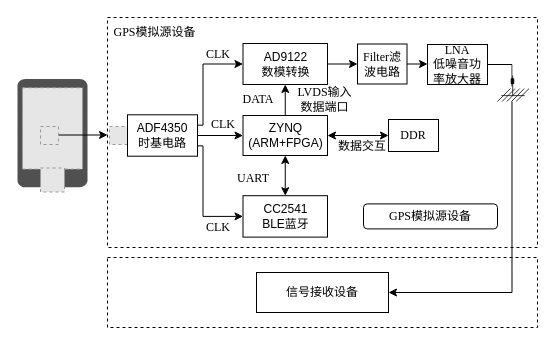
This is page "第 3 页" (3 of 3) of 1013.drawio from RunningManlt/bj18, a draw.io file, before an edit. Source tidied: cells renumbered, new cells numbered last; positions are measured from the earlier drawing's top-left corner, leaving out a move shared by most shapes. Both pictures are drawn from the tidied source at 100%, with x=0, y=0 at pixel (17, 17). Pictures stored in the file or linked from it are replaced by grey dashed boxes.
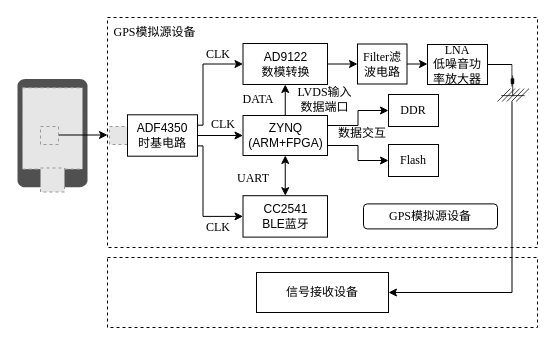
Above is the later version.

The change refers to these unchanged cells:
```xml
<mxCell id="12" value="ZYNQ&lt;br&gt;(ARM+FPGA)" style="rounded=0;whiteSpace=wrap;html=1;" parent="1" vertex="1">
  <mxGeometry x="225.5" y="98" width="84.5" height="40" as="geometry" />
</mxCell>
```

What changed in the source:
```diff
@@
+    <mxCell id="35" style="edgeStyle=orthogonalEdgeStyle;rounded=0;jettySize=auto;html=1;exitX=1;exitY=0.25;exitDx=0;exitDy=0;entryX=0;entryY=0.5;entryDx=0;entryDy=0;" parent="1" edge="1" source="12" target="34">
+      <mxGeometry relative="1" as="geometry" />
+    </mxCell>
+    <mxCell id="38" style="edgeStyle=orthogonalEdgeStyle;rounded=0;jettySize=auto;html=1;exitX=1;exitY=0.75;exitDx=0;exitDy=0;" parent="1" edge="1" source="12" target="39">
+      <mxGeometry relative="1" as="geometry" />
+    </mxCell>
@@
     <mxCell id="34" value="&lt;font face=&quot;Times New Roman&quot;&gt;DDR&lt;/font&gt;" style="rounded=0;whiteSpace=wrap;html=1;" parent="1" vertex="1">
-      <mxGeometry x="371" y="102" width="50" height="32" as="geometry" />
+      <mxGeometry x="371" y="77" width="50" height="32" as="geometry" />
     </mxCell>
-    <mxCell id="35" style="endArrow=classic;startArrow=classic;html=1;exitX=1;exitY=0.5;exitDx=0;exitDy=0;entryX=0;entryY=0.5;entryDx=0;entryDy=0;" parent="1" edge="1" source="12" target="34">
-      <mxGeometry relative="1" as="geometry" />
-    </mxCell>
     <mxCell id="36" value="&lt;font face=&quot;宋体&quot;&gt;数据交互&lt;/font&gt;" style="text;html=1;strokeColor=none;fillColor=none;align=center;verticalAlign=middle;whiteSpace=wrap;rounded=0;" parent="1" vertex="1">
-      <mxGeometry x="310" y="118.7" width="70" height="20" as="geometry" />
+      <mxGeometry x="310" y="105.6" width="70" height="20" as="geometry" />
     </mxCell>
@@
+    <mxCell id="39" value="&lt;font face=&quot;Times New Roman&quot;&gt;Flash&lt;/font&gt;" style="rounded=0;whiteSpace=wrap;html=1;" parent="1" vertex="1">
+      <mxGeometry x="371" y="127" width="50" height="32" as="geometry" />
+    </mxCell>
```
